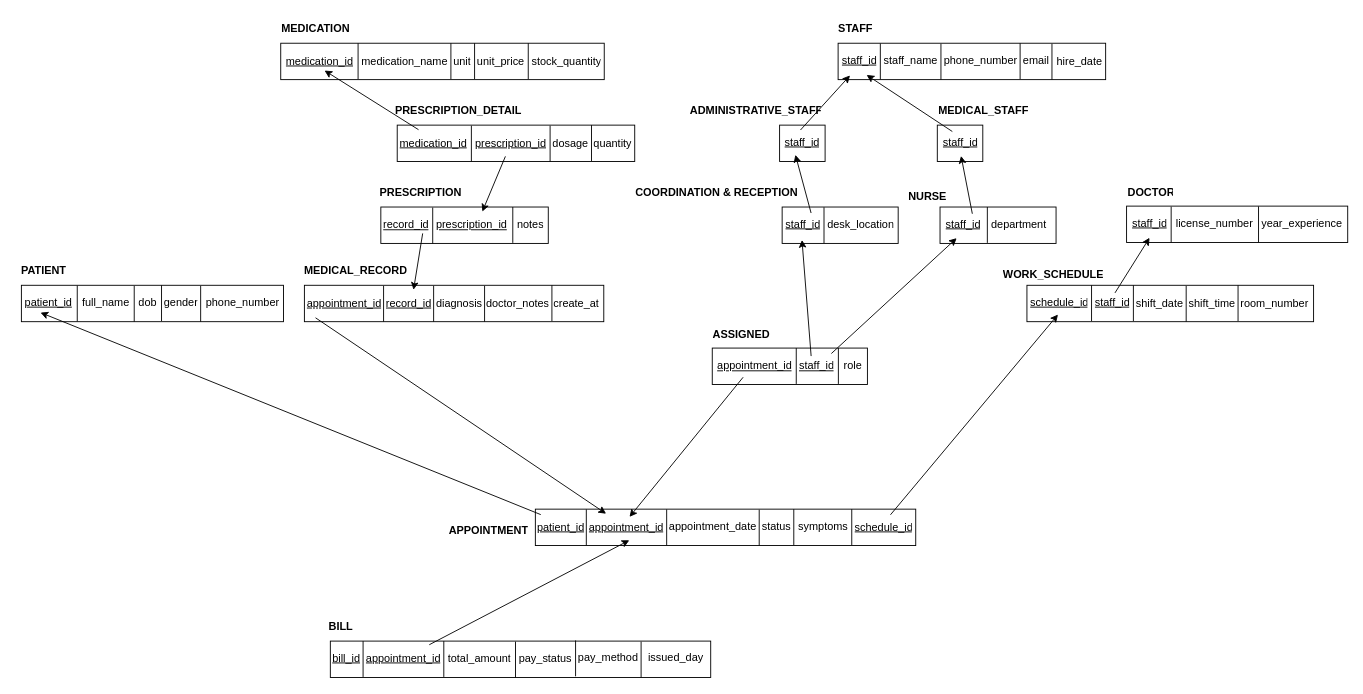
Above: Telemedicine_RS.drawio in Cinzogoni/Database_Telemedicine (draw.io), before the change. Source tidied: cells renumbered, new cells numbered last; positions are measured from the earlier drawing's top-left corner, leaving out a move shared by most shapes. Both pictures are drawn from the tidied source at 91%, with x=0, y=0 at pixel (15, 15).
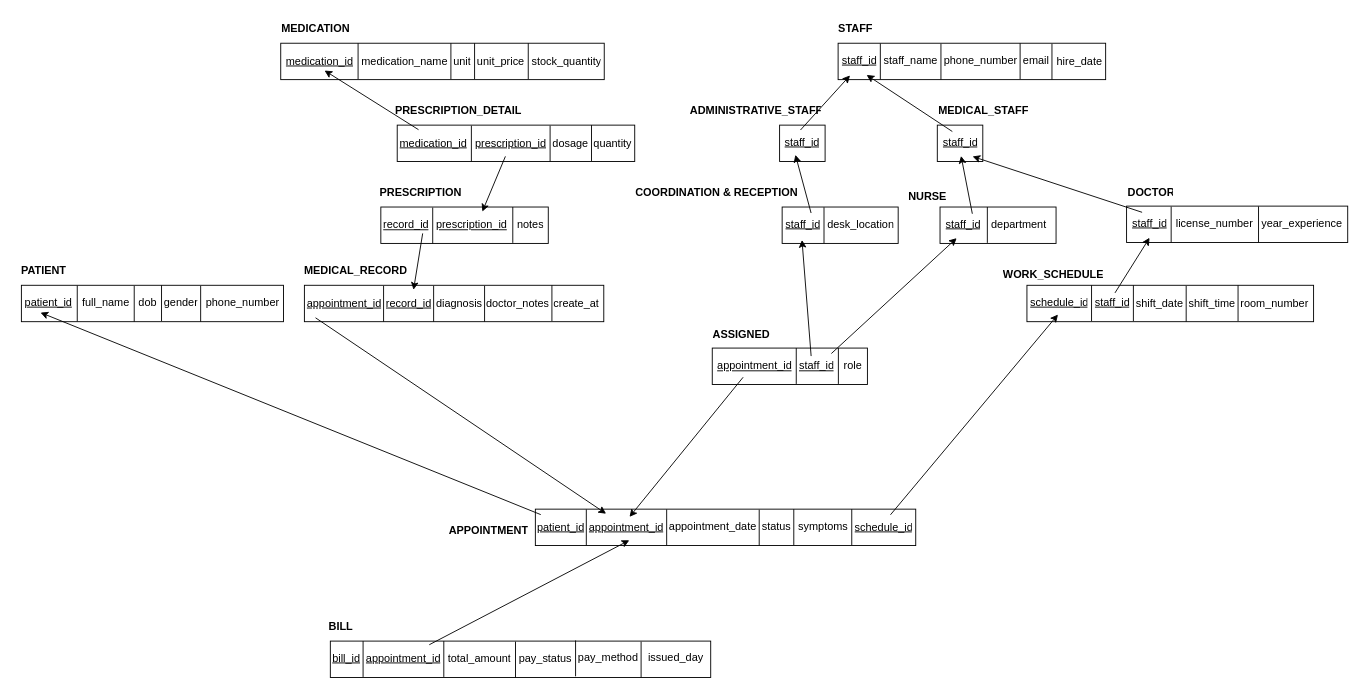
The same diagram, later.

The change refers to these unchanged cells:
```xml
<mxCell id="82" value="&lt;u&gt;staff_id&lt;/u&gt;" style="text;strokeColor=none;fillColor=none;spacingLeft=4;spacingRight=4;overflow=hidden;points=[[0,0.5],[1,0.5]];portConstraint=eastwest;fontSize=12;whiteSpace=wrap;html=1;" parent="1" vertex="1">
  <mxGeometry x="1012.5" y="125" width="50" height="30" as="geometry" />
</mxCell>
<mxCell id="88" value="&lt;u&gt;staff_id&lt;/u&gt;" style="text;strokeColor=none;fillColor=none;spacingLeft=4;spacingRight=4;overflow=hidden;points=[[0,0.5],[1,0.5]];portConstraint=eastwest;fontSize=12;whiteSpace=wrap;html=1;" parent="1" vertex="1">
  <mxGeometry x="1220.5" y="214" width="50" height="30" as="geometry" />
</mxCell>
```

What changed in the source:
```diff
@@
+    <mxCell id="144" style="endArrow=none;html=1;rounded=0;defaultLabelBackgroundColor=page;entryX=0.341;entryY=0.06;entryDx=0;entryDy=0;entryPerimeter=0;exitX=0.774;exitY=0.982;exitDx=0;exitDy=0;exitPerimeter=0;startArrow=classic;startFill=1;" parent="1" edge="1" source="82" target="88">
+      <mxGeometry relative="1" as="geometry" />
+    </mxCell>
```
